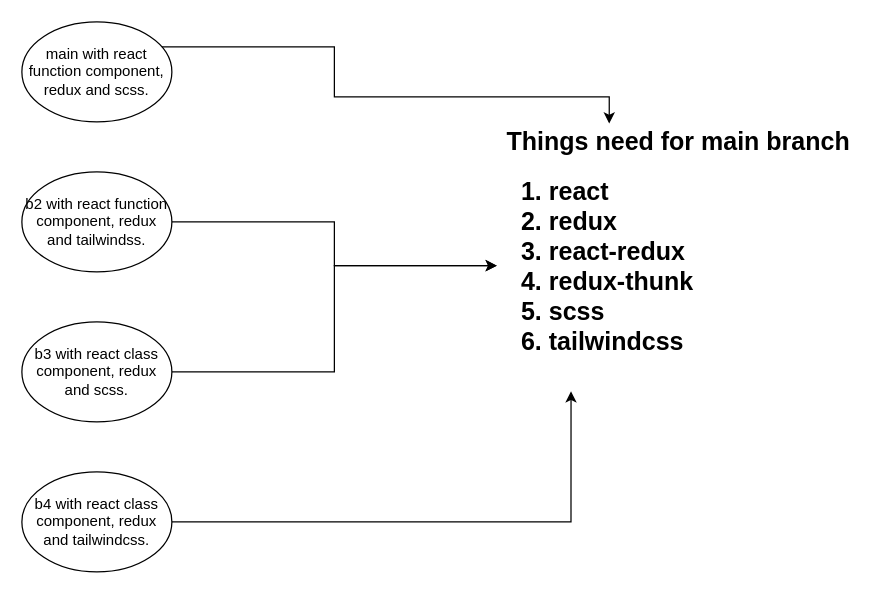
Irtiza751/Irtiza751 keeps this draw.io diagram as Untitled Diagram.drawio. Above is the earlier version. Source tidied: cells renumbered, new cells numbered last; positions are measured from the earlier drawing's top-left corner, leaving out a move shared by most shapes. Both pictures are drawn from the tidied source at 125%, with x=0, y=0 at pixel (21, 21).
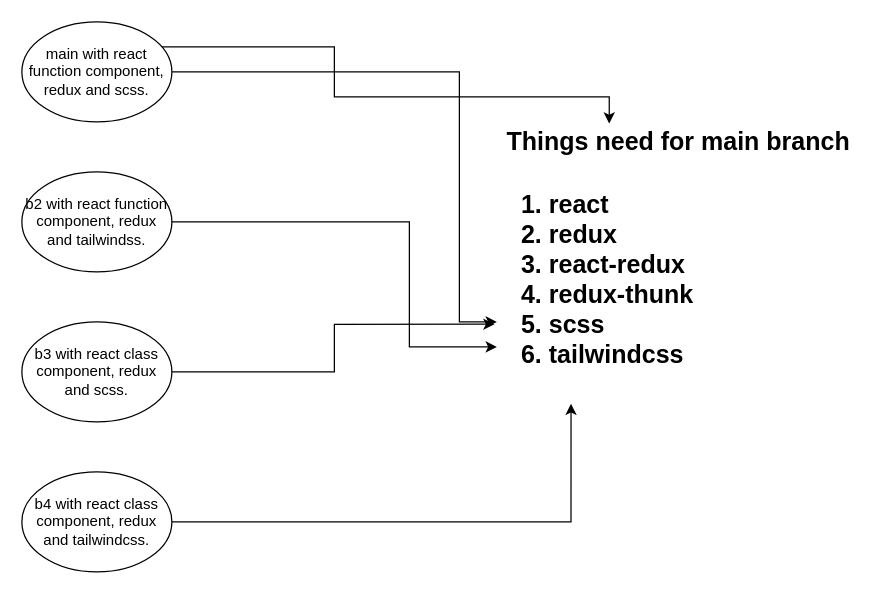
After the change.

What changed in the source:
```diff
@@
 <mxGraphModel>
   <root>
     <mxCell id="0" />
     <mxCell id="1" parent="0" />
     <mxCell id="2" style="edgeStyle=orthogonalEdgeStyle;rounded=0;jettySize=auto;html=1;fontSize=20;entryX=0.31;entryY=0.045;entryDx=0;entryDy=0;entryPerimeter=0;" parent="1" edge="1" source="3" target="10">
       <mxGeometry relative="1" as="geometry">
         <Array as="points">
           <mxPoint x="250" y="20" />
           <mxPoint x="250" y="60" />
           <mxPoint x="470" y="60" />
         </Array>
       </mxGeometry>
     </mxCell>
+    <mxCell id="12" style="edgeStyle=orthogonalEdgeStyle;rounded=0;jettySize=auto;html=1;fontSize=20;" parent="1" edge="1" source="3" target="11">
+      <mxGeometry relative="1" as="geometry">
+        <Array as="points">
+          <mxPoint x="350" y="40" />
+          <mxPoint x="350" y="240" />
+        </Array>
+      </mxGeometry>
+    </mxCell>
     <mxCell id="3" value="main with react function component, redux and scss." style="ellipse;whiteSpace=wrap;html=1;" parent="1" vertex="1">
       <mxGeometry width="120" height="80" as="geometry" />
     </mxCell>
     <mxCell id="4" style="edgeStyle=orthogonalEdgeStyle;rounded=0;jettySize=auto;html=1;fontSize=20;" parent="1" edge="1" source="5" target="11">
-      <mxGeometry relative="1" as="geometry" />
+      <mxGeometry relative="1" as="geometry">
+        <Array as="points">
+          <mxPoint x="310" y="160" />
+          <mxPoint x="310" y="260" />
+        </Array>
+      </mxGeometry>
     </mxCell>
     <mxCell id="5" value="b2 with react function component, redux and tailwindss." style="ellipse;whiteSpace=wrap;html=1;" parent="1" vertex="1">
       <mxGeometry y="120" width="120" height="80" as="geometry" />
     </mxCell>
-    <mxCell id="6" style="edgeStyle=orthogonalEdgeStyle;rounded=0;jettySize=auto;html=1;fontSize=20;" parent="1" edge="1" source="7" target="11">
+    <mxCell id="6" style="edgeStyle=orthogonalEdgeStyle;rounded=0;jettySize=auto;html=1;fontSize=20;entryX=-0.011;entryY=0.694;entryDx=0;entryDy=0;entryPerimeter=0;" parent="1" edge="1" source="7" target="11">
       <mxGeometry relative="1" as="geometry" />
     </mxCell>
     <mxCell id="7" value="b3 with react class component, redux and scss." style="ellipse;whiteSpace=wrap;html=1;" parent="1" vertex="1">
       <mxGeometry y="240" width="120" height="80" as="geometry" />
     </mxCell>
     <mxCell id="8" style="edgeStyle=orthogonalEdgeStyle;rounded=0;jettySize=auto;html=1;entryX=0.349;entryY=1.029;entryDx=0;entryDy=0;entryPerimeter=0;fontSize=20;" parent="1" edge="1" source="9" target="11">
       <mxGeometry relative="1" as="geometry" />
     </mxCell>
     <mxCell id="9" value="b4 with react class component, redux and tailwindcss." style="ellipse;whiteSpace=wrap;html=1;" parent="1" vertex="1">
       <mxGeometry y="360" width="120" height="80" as="geometry" />
     </mxCell>
     <mxCell id="10" value="&lt;div style=&quot;font-size: 20px;&quot;&gt;Things need for main branch&lt;/div&gt;" style="text;html=1;align=center;verticalAlign=middle;points=[];strokeColor=none;fillColor=none;strokeWidth=5;fontStyle=1;fontSize=20;" parent="1" vertex="1">
       <mxGeometry x="380" y="80" width="290" height="30" as="geometry" />
     </mxCell>
     <mxCell id="11" value="&lt;ol&gt;&lt;li&gt;react&lt;/li&gt;&lt;li&gt;redux&lt;/li&gt;&lt;li&gt;react-redux&lt;/li&gt;&lt;li&gt;redux-thunk&lt;br&gt;&lt;/li&gt;&lt;li&gt;scss&lt;/li&gt;&lt;li&gt;tailwindcss&lt;br&gt;&lt;/li&gt;&lt;/ol&gt;" style="text;html=1;align=left;verticalAlign=middle;points=[];strokeColor=none;fillColor=none;strokeWidth=5;fontStyle=1;fontSize=20;" parent="1" vertex="1">
-      <mxGeometry x="380" y="100" width="170" height="190" as="geometry" />
+      <mxGeometry x="380" y="110" width="170" height="190" as="geometry" />
     </mxCell>
   </root>
 </mxGraphModel>
```
